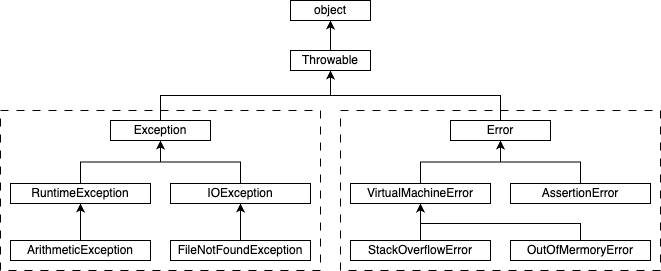
Above: Java中异常和错误类的层次关系.png in junjie-git/draw.io (draw.io), before the change. Source tidied: cells renumbered, new cells last; positions are measured from the earlier drawing's top-left corner, leaving out a move shared by most shapes.
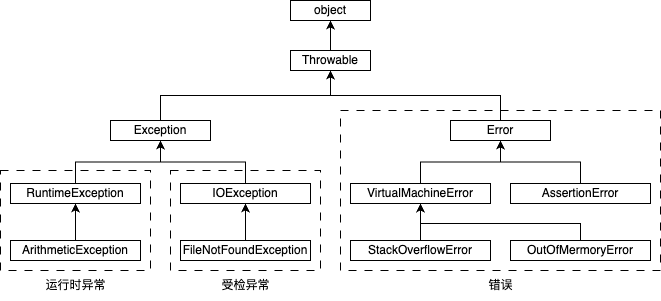
The same diagram one commit later.

Commit message:
更新Java中异常和错误类的层次关系.png

Diff of the diagram source:
```diff
@@ -6,7 +6,7 @@
       <mxGeometry x="340" y="110" width="320" height="160" as="geometry" />
     </mxCell>
     <mxCell id="3" style="rounded=0;whiteSpace=wrap;html=1;dashed=1;dashPattern=8 8;fillStyle=auto;fillColor=#FFFFFF00;" parent="1" vertex="1">
-      <mxGeometry y="110" width="320" height="160" as="geometry" />
+      <mxGeometry y="170" width="150" height="100" as="geometry" />
     </mxCell>
     <mxCell id="4" value="object" style="rounded=0;whiteSpace=wrap;html=1;" parent="1" vertex="1">
       <mxGeometry x="290" width="80" height="20" as="geometry" />
@@ -33,13 +33,13 @@
       <mxGeometry relative="1" as="geometry" />
     </mxCell>
     <mxCell id="12" value="RuntimeException" style="rounded=0;whiteSpace=wrap;html=1;" parent="1" vertex="1">
-      <mxGeometry x="10" y="183" width="140" height="20" as="geometry" />
+      <mxGeometry x="10" y="183" width="130" height="20" as="geometry" />
     </mxCell>
     <mxCell id="13" style="edgeStyle=orthogonalEdgeStyle;rounded=0;jettySize=auto;html=1;exitX=0.5;exitY=0;exitDx=0;exitDy=0;entryX=0.5;entryY=1;entryDx=0;entryDy=0;" parent="1" edge="1" source="14" target="8">
       <mxGeometry relative="1" as="geometry" />
     </mxCell>
     <mxCell id="14" value="IOException" style="rounded=0;whiteSpace=wrap;html=1;" parent="1" vertex="1">
-      <mxGeometry x="170" y="183" width="140" height="20" as="geometry" />
+      <mxGeometry x="180" y="183" width="130" height="20" as="geometry" />
     </mxCell>
     <mxCell id="15" style="edgeStyle=orthogonalEdgeStyle;rounded=0;jettySize=auto;html=1;exitX=0.5;exitY=0;exitDx=0;exitDy=0;entryX=0.5;entryY=1;entryDx=0;entryDy=0;" parent="1" edge="1" source="16" target="10">
       <mxGeometry relative="1" as="geometry" />
@@ -57,13 +57,13 @@
       <mxGeometry relative="1" as="geometry" />
     </mxCell>
     <mxCell id="20" value="ArithmeticException" style="rounded=0;whiteSpace=wrap;html=1;" parent="1" vertex="1">
-      <mxGeometry x="10" y="240" width="140" height="20" as="geometry" />
+      <mxGeometry x="10" y="240" width="130" height="20" as="geometry" />
     </mxCell>
     <mxCell id="21" style="edgeStyle=orthogonalEdgeStyle;rounded=0;jettySize=auto;html=1;exitX=0.5;exitY=0;exitDx=0;exitDy=0;entryX=0.5;entryY=1;entryDx=0;entryDy=0;" parent="1" edge="1" source="22" target="14">
       <mxGeometry relative="1" as="geometry" />
     </mxCell>
     <mxCell id="22" value="FileNotFoundException" style="rounded=0;whiteSpace=wrap;html=1;" parent="1" vertex="1">
-      <mxGeometry x="170" y="240" width="140" height="20" as="geometry" />
+      <mxGeometry x="180" y="240" width="130" height="20" as="geometry" />
     </mxCell>
     <mxCell id="23" style="edgeStyle=orthogonalEdgeStyle;rounded=0;jettySize=auto;html=1;exitX=0.5;exitY=0;exitDx=0;exitDy=0;entryX=0.5;entryY=1;entryDx=0;entryDy=0;" parent="1" edge="1" source="24" target="16">
       <mxGeometry relative="1" as="geometry" />
@@ -82,5 +82,17 @@
     <mxCell id="26" value="OutOfMermoryError" style="rounded=0;whiteSpace=wrap;html=1;" parent="1" vertex="1">
       <mxGeometry x="510" y="240" width="140" height="20" as="geometry" />
     </mxCell>
+    <mxCell id="27" value="运行时异常" style="text;html=1;align=center;verticalAlign=middle;strokeColor=none;fillColor=none;" parent="1" vertex="1">
+      <mxGeometry x="35" y="270" width="80" height="30" as="geometry" />
+    </mxCell>
+    <mxCell id="28" style="rounded=0;whiteSpace=wrap;html=1;dashed=1;dashPattern=8 8;fillStyle=auto;fillColor=#FFFFFF00;" parent="1" vertex="1">
+      <mxGeometry x="170" y="170" width="150" height="100" as="geometry" />
+    </mxCell>
+    <mxCell id="29" value="受检异常" style="text;html=1;align=center;verticalAlign=middle;strokeColor=none;fillColor=none;" parent="1" vertex="1">
+      <mxGeometry x="210" y="270" width="70" height="30" as="geometry" />
+    </mxCell>
+    <mxCell id="30" value="错误" style="text;html=1;align=center;verticalAlign=middle;strokeColor=none;fillColor=none;" parent="1" vertex="1">
+      <mxGeometry x="475" y="270" width="50" height="30" as="geometry" />
+    </mxCell>
   </root>
 </mxGraphModel>
```
